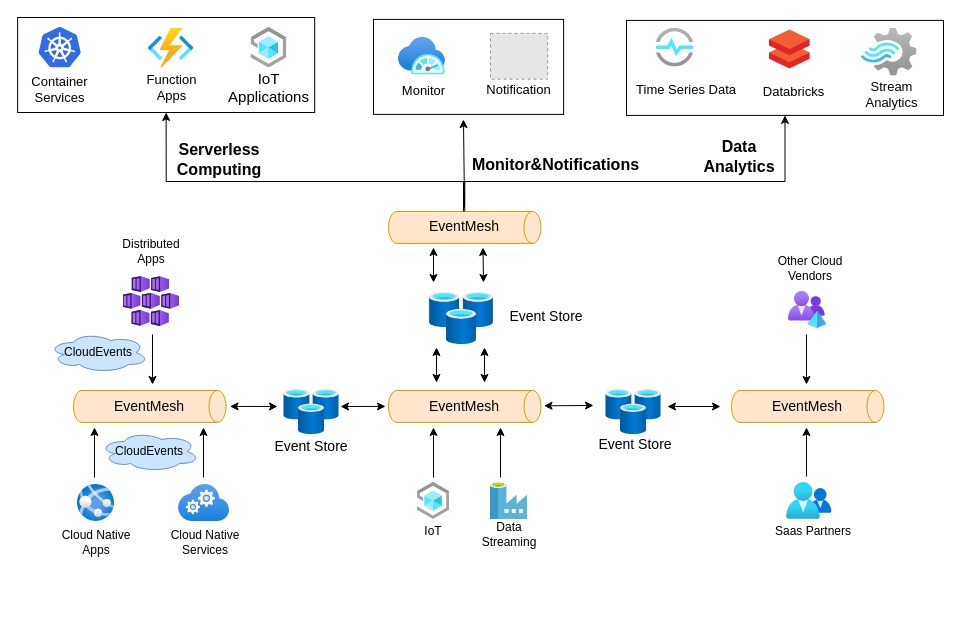
The draw.io diagram page "Copy of Page-7" (10 of 13) of eventmesh-multi-runtime.drawio in apache/eventmesh-site, before the edit. Source tidied: cells renumbered, new cells numbered last; positions are measured from the earlier drawing's top-left corner, leaving out a move shared by most shapes. Both pictures are drawn from the tidied source at 100%, with x=0, y=0 at pixel (17, 17). Pictures stored in the file or linked from it are replaced by grey dashed boxes.
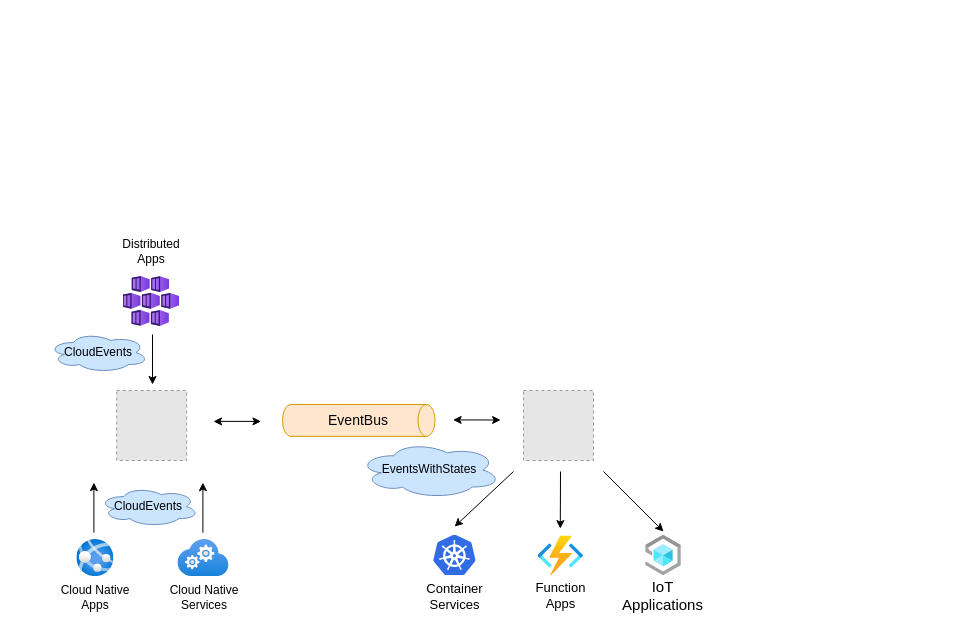
The same diagram, later.

Diff of the diagram source:
```diff
@@
-    <mxCell id="2" style="group;" parent="1" vertex="1">
-      <mxGeometry x="371" y="192" width="152.5" height="31.9" as="geometry" />
-    </mxCell>
-    <mxCell id="3" style="shape=cylinder3;whiteSpace=wrap;html=1;boundedLbl=1;backgroundOutline=1;size=8.504999999999939;fontSize=18;rotation=90;fillColor=#ffe6cc;strokeColor=#d79b00;" parent="2" vertex="1">
-      <mxGeometry x="60.3" y="-58.3" width="31.9" height="152.5" as="geometry" />
-    </mxCell>
-    <mxCell id="4" value="EventMesh" style="text;html=1;strokeColor=none;fillColor=none;align=center;verticalAlign=middle;whiteSpace=wrap;rounded=0;fontSize=14;" parent="2" vertex="1">
-      <mxGeometry x="56" y="7" width="40" height="20" as="geometry" />
-    </mxCell>
-    <mxCell id="5" value="Serverless&lt;br style=&quot;font-size: 16px;&quot;&gt;Computing" style="text;html=1;strokeColor=none;fillColor=none;align=center;verticalAlign=middle;whiteSpace=wrap;rounded=0;fontSize=16;fontStyle=1;" parent="1" vertex="1">
-      <mxGeometry x="182" y="129" width="40" height="25" as="geometry" />
-    </mxCell>
-    <mxCell id="6" value="Monitor&amp;amp;Notifications" style="text;html=1;strokeColor=none;fillColor=none;align=center;verticalAlign=middle;whiteSpace=wrap;rounded=0;fontSize=16;fontStyle=1;" parent="1" vertex="1">
-      <mxGeometry x="468" y="137" width="141" height="20" as="geometry" />
-    </mxCell>
-    <mxCell id="7" value="Data Analytics" style="text;html=1;strokeColor=none;fillColor=none;align=center;verticalAlign=middle;whiteSpace=wrap;rounded=0;fontSize=16;fontStyle=1;" parent="1" vertex="1">
-      <mxGeometry x="702" y="129" width="40" height="20" as="geometry" />
-    </mxCell>
-    <mxCell id="8" style="rounded=0;orthogonalLoop=1;jettySize=auto;html=1;exitX=0.5;exitY=0;exitDx=0;exitDy=0;fontSize=14;fontColor=#000000;" parent="1" edge="1">
-      <mxGeometry relative="1" as="geometry">
-        <mxPoint x="447" y="190" as="sourcePoint" />
-        <mxPoint x="446" y="102" as="targetPoint" />
-      </mxGeometry>
-    </mxCell>
-    <mxCell id="9" style="endArrow=classic;html=1;fontSize=14;fontColor=#000000;entryX=0.5;entryY=1;entryDx=0;entryDy=0;exitX=0;exitY=0.5;exitDx=0;exitDy=0;exitPerimeter=0;edgeStyle=orthogonalEdgeStyle;rounded=0;" parent="1" edge="1" source="3" target="29">
-      <mxGeometry relative="1" as="geometry">
-        <Array as="points">
-          <mxPoint x="447" y="164" />
-          <mxPoint x="149" y="164" />
-        </Array>
-      </mxGeometry>
-    </mxCell>
-    <mxCell id="10" style="endArrow=classic;html=1;fontSize=14;fontColor=#000000;edgeStyle=orthogonalEdgeStyle;rounded=0;entryX=0.5;entryY=1;entryDx=0;entryDy=0;" parent="1" edge="1" target="63">
-      <mxGeometry relative="1" as="geometry">
-        <mxPoint x="446" y="194" as="sourcePoint" />
-        <Array as="points">
-          <mxPoint x="446" y="164" />
-          <mxPoint x="768" y="164" />
-        </Array>
-      </mxGeometry>
-    </mxCell>
     <mxCell id="11" style="group;" parent="1" vertex="1">
-      <mxGeometry x="371" y="373" width="152.5" height="31.9" as="geometry" />
+      <mxGeometry x="265" y="387" width="152.5" height="31.9" as="geometry" />
     </mxCell>
@@
-    <mxCell id="13" value="EventMesh" style="text;html=1;strokeColor=none;fillColor=none;align=center;verticalAlign=middle;whiteSpace=wrap;rounded=0;fontSize=14;" parent="11" vertex="1">
+    <mxCell id="13" value="EventBus" style="text;html=1;strokeColor=none;fillColor=none;align=center;verticalAlign=middle;whiteSpace=wrap;rounded=0;fontSize=14;" parent="11" vertex="1">
       <mxGeometry x="56.2" y="5.9" width="40" height="20" as="geometry" />
     </mxCell>
-    <mxCell id="14" style="group;" parent="1" vertex="1">
-      <mxGeometry x="16" y="351" width="152.5" height="31.9" as="geometry" />
-    </mxCell>
-    <mxCell id="15" style="group;" parent="14" vertex="1">
-      <mxGeometry x="40" y="22" width="152.5" height="31.9" as="geometry" />
-    </mxCell>
-    <mxCell id="16" style="shape=cylinder3;whiteSpace=wrap;html=1;boundedLbl=1;backgroundOutline=1;size=8.504999999999939;fontSize=18;rotation=90;fillColor=#ffe6cc;strokeColor=#d79b00;" parent="15" vertex="1">
-      <mxGeometry x="60.3" y="-60.3" width="31.9" height="152.5" as="geometry" />
-    </mxCell>
-    <mxCell id="17" value="EventMesh" style="text;html=1;strokeColor=none;fillColor=none;align=center;verticalAlign=middle;whiteSpace=wrap;rounded=0;fontSize=14;" parent="15" vertex="1">
-      <mxGeometry x="56.2" y="5.9" width="40" height="20" as="geometry" />
-    </mxCell>
-    <mxCell id="18" style="group;" parent="1" vertex="1">
-      <mxGeometry x="714" y="373" width="152.5" height="31.9" as="geometry" />
-    </mxCell>
-    <mxCell id="19" style="shape=cylinder3;whiteSpace=wrap;html=1;boundedLbl=1;backgroundOutline=1;size=8.504999999999939;fontSize=18;rotation=90;fillColor=#ffe6cc;strokeColor=#d79b00;" parent="18" vertex="1">
-      <mxGeometry x="60.3" y="-60.3" width="31.9" height="152.5" as="geometry" />
-    </mxCell>
-    <mxCell id="20" value="EventMesh" style="text;html=1;strokeColor=none;fillColor=none;align=center;verticalAlign=middle;whiteSpace=wrap;rounded=0;fontSize=14;" parent="18" vertex="1">
-      <mxGeometry x="56.2" y="5.9" width="40" height="20" as="geometry" />
-    </mxCell>
-    <mxCell id="21" style="edgeStyle=orthogonalEdgeStyle;rounded=0;orthogonalLoop=1;jettySize=auto;html=1;exitX=0.5;exitY=0;exitDx=0;exitDy=0;exitPerimeter=0;entryX=1;entryY=0;entryDx=0;entryDy=110.12250000000003;entryPerimeter=0;fontSize=14;fontColor=#000000;startArrow=classic;startFill=1;" parent="1" edge="1">
-      <mxGeometry relative="1" as="geometry">
-        <mxPoint x="416" y="265" as="sourcePoint" />
-        <mxPoint x="416" y="230" as="targetPoint" />
-      </mxGeometry>
-    </mxCell>
-    <mxCell id="22" style="edgeStyle=orthogonalEdgeStyle;rounded=0;orthogonalLoop=1;jettySize=auto;html=1;exitX=0.5;exitY=1;exitDx=0;exitDy=0;exitPerimeter=0;entryX=0;entryY=0;entryDx=0;entryDy=110.12250000000003;entryPerimeter=0;fontSize=14;fontColor=#000000;endArrow=classic;endFill=1;startArrow=classic;startFill=1;" parent="1" edge="1">
-      <mxGeometry relative="1" as="geometry">
-        <mxPoint x="419" y="330" as="sourcePoint" />
-        <mxPoint x="419" y="365" as="targetPoint" />
-      </mxGeometry>
-    </mxCell>
-    <mxCell id="23" style="rounded=0;orthogonalLoop=1;jettySize=auto;html=1;exitX=0.5;exitY=0;exitDx=0;exitDy=0;exitPerimeter=0;endArrow=classic;endFill=1;fontSize=14;fontColor=#000000;startArrow=classic;startFill=1;" parent="1" edge="1">
-      <mxGeometry relative="1" as="geometry">
-        <mxPoint x="466" y="265" as="sourcePoint" />
-        <mxPoint x="465.5" y="230" as="targetPoint" />
-      </mxGeometry>
-    </mxCell>
-    <mxCell id="24" style="rounded=0;orthogonalLoop=1;jettySize=auto;html=1;exitX=0.5;exitY=1;exitDx=0;exitDy=0;exitPerimeter=0;entryX=-0.061;entryY=0.36;entryDx=0;entryDy=0;entryPerimeter=0;endArrow=classic;endFill=1;fontSize=14;fontColor=#000000;startArrow=classic;startFill=1;" parent="1" edge="1">
-      <mxGeometry relative="1" as="geometry">
-        <mxPoint x="467" y="330" as="sourcePoint" />
-        <mxPoint x="467" y="365" as="targetPoint" />
-      </mxGeometry>
-    </mxCell>
-    <mxCell id="25" value="Event Store" style="text;html=1;strokeColor=none;fillColor=none;align=center;verticalAlign=middle;whiteSpace=wrap;rounded=0;fontSize=14;fontColor=#000000;" parent="1" vertex="1">
-      <mxGeometry x="469.3" y="289" width="120" height="20" as="geometry" />
-    </mxCell>
     <mxCell id="26" style="endArrow=classic;startArrow=classic;html=1;fontSize=14;fontColor=#000000;exitX=0.5;exitY=0;exitDx=0;exitDy=0;exitPerimeter=0;" parent="1" edge="1">
       <mxGeometry relative="1" as="geometry">
-        <mxPoint x="212.5" y="388.9" as="sourcePoint" />
-        <mxPoint x="260" y="389" as="targetPoint" />
+        <mxPoint x="196" y="403.9" as="sourcePoint" />
+        <mxPoint x="243.5" y="403.9" as="targetPoint" />
       </mxGeometry>
     </mxCell>
-    <mxCell id="27" style="endArrow=classic;startArrow=classic;html=1;fontSize=14;fontColor=#000000;exitX=0.5;exitY=0;exitDx=0;exitDy=0;exitPerimeter=0;" parent="1" edge="1">
-      <mxGeometry relative="1" as="geometry">
-        <mxPoint x="526.5" y="388.3" as="sourcePoint" />
-        <mxPoint x="576" y="388" as="targetPoint" />
-      </mxGeometry>
-    </mxCell>
     <mxCell id="28" style="edgeStyle=none;rounded=0;orthogonalLoop=1;jettySize=auto;html=1;entryX=1.134;entryY=0.864;entryDx=0;entryDy=0;entryPerimeter=0;endArrow=classic;endFill=1;fontSize=12;fontColor=#000000;" parent="1" edge="1">
       <mxGeometry relative="1" as="geometry">
-        <mxPoint x="77" y="460" as="sourcePoint" />
-        <mxPoint x="77" y="410" as="targetPoint" />
+        <mxPoint x="76.4" y="515.1" as="sourcePoint" />
+        <mxPoint x="76.4" y="465.1" as="targetPoint" />
       </mxGeometry>
     </mxCell>
-    <mxCell id="29" style="rounded=0;whiteSpace=wrap;html=1;fontSize=18;" parent="1" vertex="1">
-      <mxGeometry x="0.1" width="297.1" height="95" as="geometry" />
-    </mxCell>
     <mxCell id="30" style="html=1;align=center;image;fontSize=12;image=img/lib/azure2/iot/Function_Apps.svg;" parent="1" vertex="1">
-      <mxGeometry x="130.8" y="10.7" width="45.5" height="40.2" as="geometry" />
+      <mxGeometry x="520.5" y="518.4" width="45.5" height="40.2" as="geometry" />
     </mxCell>
     <mxCell id="31" style="html=1;align=center;image;fontSize=12;image=img/lib/mscae/Kubernetes.svg;" parent="1" vertex="1">
-      <mxGeometry x="16.8" y="9.9" width="51.8" height="40.7" as="geometry" />
+      <mxGeometry x="411.5" y="517.6" width="51.8" height="40.7" as="geometry" />
     </mxCell>
     <mxCell id="32" value="Function Apps" style="text;html=1;strokeColor=none;fillColor=none;align=center;verticalAlign=middle;whiteSpace=wrap;rounded=0;fontSize=13;" parent="1" vertex="1">
-      <mxGeometry x="133.7" y="59" width="41.4" height="21.5" as="geometry" />
+      <mxGeometry x="523.4" y="566.8" width="41.4" height="21.5" as="geometry" />
     </mxCell>
     <mxCell id="33" style="edgeStyle=none;rounded=0;orthogonalLoop=1;jettySize=auto;html=1;endArrow=classic;endFill=1;fontSize=12;fontColor=#000000;" parent="1" edge="1">
       <mxGeometry relative="1" as="geometry">
-        <mxPoint x="186" y="460" as="sourcePoint" />
-        <mxPoint x="186" y="410" as="targetPoint" />
+        <mxPoint x="185.4" y="515.1" as="sourcePoint" />
+        <mxPoint x="185.4" y="465.1" as="targetPoint" />
       </mxGeometry>
     </mxCell>
@@
     <mxCell id="36" value="CloudEvents" style="ellipse;shape=cloud;whiteSpace=wrap;html=1;strokeColor=#6c8ebf;fontSize=12;fillColor=#CCE5FF;" parent="1" vertex="1">
-      <mxGeometry x="82" y="414" width="100" height="40" as="geometry" />
+      <mxGeometry x="81.4" y="469.1" width="100" height="40" as="geometry" />
     </mxCell>
-    <mxCell id="37" style="endArrow=classic;startArrow=classic;html=1;fontSize=12;fontColor=#000000;entryX=0.5;entryY=1;entryDx=0;entryDy=0;entryPerimeter=0;" parent="1" edge="1">
-      <mxGeometry relative="1" as="geometry">
-        <mxPoint x="323" y="389" as="sourcePoint" />
-        <mxPoint x="368" y="388.9" as="targetPoint" />
-      </mxGeometry>
-    </mxCell>
-    <mxCell id="38" value="Event Store" style="text;html=1;strokeColor=none;fillColor=none;align=center;verticalAlign=middle;whiteSpace=wrap;rounded=0;fontSize=14;fontColor=#000000;" parent="1" vertex="1">
-      <mxGeometry x="234" y="419.1" width="120" height="20" as="geometry" />
-    </mxCell>
-    <mxCell id="39" value="Event Store" style="text;html=1;strokeColor=none;fillColor=none;align=center;verticalAlign=middle;whiteSpace=wrap;rounded=0;fontSize=14;fontColor=#000000;" parent="1" vertex="1">
-      <mxGeometry x="558" y="417.1" width="120" height="20" as="geometry" />
-    </mxCell>
-    <mxCell id="40" style="endArrow=classic;startArrow=classic;html=1;fontSize=14;fontColor=#000000;" parent="1" edge="1">
-      <mxGeometry relative="1" as="geometry">
-        <mxPoint x="650" y="389" as="sourcePoint" />
-        <mxPoint x="703" y="389" as="targetPoint" />
-      </mxGeometry>
-    </mxCell>
-    <mxCell id="41" style="edgeStyle=none;rounded=0;orthogonalLoop=1;jettySize=auto;html=1;entryX=1.134;entryY=0.864;entryDx=0;entryDy=0;entryPerimeter=0;endArrow=classic;endFill=1;fontSize=12;fontColor=#000000;" parent="1" edge="1">
-      <mxGeometry relative="1" as="geometry">
-        <mxPoint x="789" y="459" as="sourcePoint" />
-        <mxPoint x="789" y="410" as="targetPoint" />
-      </mxGeometry>
-    </mxCell>
-    <mxCell id="42" style="edgeStyle=none;rounded=0;orthogonalLoop=1;jettySize=auto;html=1;endArrow=classic;endFill=1;fontSize=12;fontColor=#000000;" parent="1" edge="1">
-      <mxGeometry relative="1" as="geometry">
-        <mxPoint x="789" y="317" as="sourcePoint" />
-        <mxPoint x="789" y="367" as="targetPoint" />
-      </mxGeometry>
-    </mxCell>
@@
     <mxCell id="45" value="Cloud Native Services" style="text;html=1;strokeColor=none;fillColor=none;align=center;verticalAlign=middle;whiteSpace=wrap;rounded=0;" parent="1" vertex="1">
-      <mxGeometry x="147.6" y="515" width="80" height="20" as="geometry" />
+      <mxGeometry x="147" y="570.1" width="80" height="20" as="geometry" />
     </mxCell>
     <mxCell id="46" style="html=1;align=center;image;fontSize=12;image=img/lib/azure2/compute/Cloud_Services_Classic.svg;" parent="1" vertex="1">
-      <mxGeometry x="161" y="467" width="51.2" height="37" as="geometry" />
+      <mxGeometry x="160.4" y="522.1" width="51.2" height="37" as="geometry" />
     </mxCell>
     <mxCell id="47" value="Cloud Native Apps" style="text;html=1;strokeColor=none;fillColor=none;align=center;verticalAlign=middle;whiteSpace=wrap;rounded=0;" parent="1" vertex="1">
-      <mxGeometry x="38.5" y="515" width="80" height="20" as="geometry" />
+      <mxGeometry x="37.9" y="570.1" width="80" height="20" as="geometry" />
     </mxCell>
     <mxCell id="48" style="html=1;align=center;image;fontSize=12;image=img/lib/azure2/compute/App_Services.svg;" parent="1" vertex="1">
-      <mxGeometry x="60" y="467" width="37" height="37" as="geometry" />
+      <mxGeometry x="59.4" y="522.1" width="37" height="37" as="geometry" />
     </mxCell>
-    <mxCell id="49" value="Saas Partners" style="text;html=1;strokeColor=none;fillColor=none;align=center;verticalAlign=middle;whiteSpace=wrap;rounded=0;" parent="1" vertex="1">
-      <mxGeometry x="755.5" y="504" width="80" height="20" as="geometry" />
-    </mxCell>
-    <mxCell id="50" value="Other Cloud Vendors" style="text;html=1;strokeColor=none;fillColor=none;align=center;verticalAlign=middle;whiteSpace=wrap;rounded=0;" parent="1" vertex="1">
-      <mxGeometry x="752.5" y="241" width="80" height="20" as="geometry" />
-    </mxCell>
-    <mxCell id="51" style="html=1;align=center;image;fontSize=12;image=img/lib/azure2/azure_stack/Multi_Tenancy.svg;" parent="1" vertex="1">
-      <mxGeometry x="771" y="274" width="38.7" height="37" as="geometry" />
-    </mxCell>
-    <mxCell id="52" style="html=1;align=center;image;fontSize=12;image=img/lib/azure2/management_governance/My_Customers.svg;" parent="1" vertex="1">
-      <mxGeometry x="769" y="465" width="45.6" height="37" as="geometry" />
-    </mxCell>
-    <mxCell id="53" style="html=1;align=center;image;fontSize=12;image=img/lib/mscae/Data_Factory.svg;" parent="1" vertex="1">
-      <mxGeometry x="473" y="465" width="37" height="37" as="geometry" />
-    </mxCell>
-    <mxCell id="54" style="html=1;align=center;image;fontSize=12;image=img/lib/azure2/iot/IoT_Central_Applications.svg;" parent="1" vertex="1">
-      <mxGeometry x="399.9" y="465" width="32.2" height="37" as="geometry" />
-    </mxCell>
-    <mxCell id="55" style="edgeStyle=none;rounded=0;orthogonalLoop=1;jettySize=auto;html=1;endArrow=classic;endFill=1;fontSize=12;fontColor=#000000;" parent="1" edge="1">
-      <mxGeometry relative="1" as="geometry">
-        <mxPoint x="416" y="460" as="sourcePoint" />
-        <mxPoint x="416" y="410" as="targetPoint" />
-      </mxGeometry>
-    </mxCell>
-    <mxCell id="56" style="edgeStyle=none;rounded=0;orthogonalLoop=1;jettySize=auto;html=1;endArrow=classic;endFill=1;fontSize=12;fontColor=#000000;" parent="1" edge="1">
-      <mxGeometry relative="1" as="geometry">
-        <mxPoint x="483" y="460" as="sourcePoint" />
-        <mxPoint x="483" y="410" as="targetPoint" />
-      </mxGeometry>
-    </mxCell>
-    <mxCell id="57" value="IoT" style="text;html=1;strokeColor=none;fillColor=none;align=center;verticalAlign=middle;whiteSpace=wrap;rounded=0;" parent="1" vertex="1">
-      <mxGeometry x="376" y="504" width="80" height="20" as="geometry" />
-    </mxCell>
-    <mxCell id="58" value="Data Streaming" style="text;html=1;strokeColor=none;fillColor=none;align=center;verticalAlign=middle;whiteSpace=wrap;rounded=0;" parent="1" vertex="1">
-      <mxGeometry x="451.5" y="507" width="80" height="20" as="geometry" />
-    </mxCell>
-    <mxCell id="59" style="rounded=0;whiteSpace=wrap;html=1;fontSize=18;" parent="1" vertex="1">
-      <mxGeometry x="356" y="1.9" width="190.1" height="95" as="geometry" />
-    </mxCell>
-    <mxCell id="60" style="group;" parent="1" vertex="1">
-      <mxGeometry x="380.9" y="19.9" width="53.3" height="60.5" as="geometry" />
-    </mxCell>
-    <mxCell id="61" style="html=1;align=center;image;fontSize=12;image=img/lib/azure2/monitor/SAP_Azure_Monitor.svg;" parent="60" vertex="1">
-      <mxGeometry width="47.1" height="37.7" as="geometry" />
-    </mxCell>
-    <mxCell id="62" value="&lt;font style=&quot;font-size: 13px;&quot;&gt;Monitor&lt;/font&gt;" style="text;html=1;strokeColor=none;fillColor=none;align=center;verticalAlign=middle;whiteSpace=wrap;rounded=0;fontSize=13;" parent="60" vertex="1">
-      <mxGeometry x="10.3" y="47.1" width="30.5" height="12.9" as="geometry" />
-    </mxCell>
-    <mxCell id="63" style="rounded=0;whiteSpace=wrap;html=1;fontSize=18;" parent="1" vertex="1">
-      <mxGeometry x="609" y="2.9" width="317" height="95" as="geometry" />
-    </mxCell>
-    <mxCell id="64" style="group;" parent="1" vertex="1">
-      <mxGeometry x="844" y="11.1" width="55.5" height="72.9" as="geometry" />
-    </mxCell>
-    <mxCell id="65" style="html=1;align=center;image;fontSize=12;image=img/lib/azure2/analytics/Stream_Analytics_Jobs.svg;" parent="64" vertex="1">
-      <mxGeometry width="55.5" height="47.3" as="geometry" />
-    </mxCell>
-    <mxCell id="66" value="Stream Analytics" style="text;html=1;strokeColor=none;fillColor=none;align=center;verticalAlign=middle;whiteSpace=wrap;rounded=0;fontSize=13;" parent="64" vertex="1">
-      <mxGeometry x="14.3" y="57.6" width="32.6" height="16.3" as="geometry" />
-    </mxCell>
-    <mxCell id="67" style="html=1;align=center;image;fontSize=12;image=img/lib/azure2/iot/Time_Series_Insights_Environments.svg;" parent="1" vertex="1">
-      <mxGeometry x="638.5" y="10.8" width="38" height="38.6" as="geometry" />
-    </mxCell>
-    <mxCell id="68" value="Time Series Data" style="text;html=1;strokeColor=none;fillColor=none;align=center;verticalAlign=middle;whiteSpace=wrap;rounded=0;fontSize=13;" parent="1" vertex="1">
-      <mxGeometry x="616" y="43.1" width="105.7" height="57" as="geometry" />
-    </mxCell>
-    <mxCell id="69" style="html=1;align=center;image;fontSize=12;image=img/lib/mscae/Databricks.svg;" parent="1" vertex="1">
-      <mxGeometry x="752" y="12.4" width="40.8" height="39.1" as="geometry" />
-    </mxCell>
-    <mxCell id="70" value="Databricks" style="text;html=1;strokeColor=none;fillColor=none;align=center;verticalAlign=middle;whiteSpace=wrap;rounded=0;fontSize=13;" parent="1" vertex="1">
-      <mxGeometry x="760.2" y="65.6" width="32.6" height="16.3" as="geometry" />
-    </mxCell>
     <mxCell id="71" value="Container Services" style="text;html=1;strokeColor=none;fillColor=none;align=center;verticalAlign=middle;whiteSpace=wrap;rounded=0;fontSize=13;" parent="1" vertex="1">
-      <mxGeometry x="22.2" y="60.9" width="41.4" height="21.5" as="geometry" />
+      <mxGeometry x="416.9" y="568.6" width="41.4" height="21.5" as="geometry" />
     </mxCell>
     <mxCell id="72" style="html=1;align=center;image;fontSize=12;image=img/lib/azure2/iot/IoT_Central_Applications.svg;" parent="1" vertex="1">
-      <mxGeometry x="226" y="10.1" width="50.9" height="40.5" as="geometry" />
+      <mxGeometry x="620.6" y="517.8" width="50.9" height="40.5" as="geometry" />
     </mxCell>
     <mxCell id="73" value="IoT Applications" style="text;html=1;strokeColor=none;fillColor=none;align=center;verticalAlign=middle;whiteSpace=wrap;rounded=0;fontSize=15;" parent="1" vertex="1">
-      <mxGeometry x="230.7" y="59.1" width="41.4" height="21.5" as="geometry" />
+      <mxGeometry x="625.3" y="566.8" width="41.4" height="21.5" as="geometry" />
     </mxCell>
-    <mxCell id="74" style="html=1;align=center;image;fontSize=12;image=img/lib/azure2/databases/Cache_Redis.svg;" parent="1" vertex="1">
-      <mxGeometry x="412" y="275" width="64" height="52" as="geometry" />
-    </mxCell>
-    <mxCell id="75" style="html=1;align=center;image;fontSize=12;image=img/lib/azure2/databases/Cache_Redis.svg;" parent="1" vertex="1">
-      <mxGeometry x="266.2" y="372" width="55.6" height="45.1" as="geometry" />
-    </mxCell>
-    <mxCell id="76" style="html=1;align=center;image;fontSize=12;image=img/lib/azure2/databases/Cache_Redis.svg;" parent="1" vertex="1">
-      <mxGeometry x="588.2" y="372" width="55.6" height="45.1" as="geometry" />
-    </mxCell>
-    <mxCell id="77" style="fillColor=#E6E6E6;strokeColor=#999999;dashed=1;verticalLabelPosition=bottom;labelBackgroundColor=#ffffff;verticalAlign=top;" parent="1" vertex="1">
-      <mxGeometry x="473" y="15.9" width="57.2" height="45.8" as="geometry" />
-    </mxCell>
-    <mxCell id="78" value="&lt;font style=&quot;font-size: 13px&quot;&gt;Notification&lt;/font&gt;" style="text;html=1;strokeColor=none;fillColor=none;align=center;verticalAlign=middle;whiteSpace=wrap;rounded=0;fontSize=13;" parent="1" vertex="1">
-      <mxGeometry x="486.4" y="65.6" width="30.5" height="12.9" as="geometry" />
-    </mxCell>
+    <mxCell id="79" style="fillColor=#E6E6E6;strokeColor=#999999;dashed=1;verticalLabelPosition=bottom;labelBackgroundColor=#ffffff;verticalAlign=top;" parent="1" vertex="1">
+      <mxGeometry x="99.2" y="373" width="70" height="70" as="geometry" />
+    </mxCell>
+    <mxCell id="80" style="fillColor=#E6E6E6;strokeColor=#999999;dashed=1;verticalLabelPosition=bottom;labelBackgroundColor=#ffffff;verticalAlign=top;" parent="1" vertex="1">
+      <mxGeometry x="506" y="373" width="70" height="70" as="geometry" />
+    </mxCell>
+    <mxCell id="81" style="endArrow=classic;startArrow=classic;html=1;fontSize=14;fontColor=#000000;exitX=0.5;exitY=0;exitDx=0;exitDy=0;exitPerimeter=0;" parent="1" edge="1">
+      <mxGeometry relative="1" as="geometry">
+        <mxPoint x="435.6" y="402.4" as="sourcePoint" />
+        <mxPoint x="483.1" y="402.5" as="targetPoint" />
+      </mxGeometry>
+    </mxCell>
+    <mxCell id="82" style="edgeStyle=none;rounded=0;orthogonalLoop=1;jettySize=auto;html=1;endArrow=none;endFill=0;fontSize=12;fontColor=#000000;startArrow=classic;startFill=1;" parent="1" edge="1">
+      <mxGeometry relative="1" as="geometry">
+        <mxPoint x="437.1" y="509.1" as="sourcePoint" />
+        <mxPoint x="496" y="454" as="targetPoint" />
+      </mxGeometry>
+    </mxCell>
+    <mxCell id="83" style="edgeStyle=none;rounded=0;orthogonalLoop=1;jettySize=auto;html=1;endArrow=none;endFill=0;fontSize=12;fontColor=#000000;startArrow=classic;startFill=1;" parent="1" edge="1">
+      <mxGeometry relative="1" as="geometry">
+        <mxPoint x="542.8" y="511.1" as="sourcePoint" />
+        <mxPoint x="543" y="454" as="targetPoint" />
+      </mxGeometry>
+    </mxCell>
+    <mxCell id="84" style="edgeStyle=none;rounded=0;orthogonalLoop=1;jettySize=auto;html=1;endArrow=none;endFill=0;fontSize=12;fontColor=#000000;startArrow=classic;startFill=1;" parent="1" edge="1">
+      <mxGeometry relative="1" as="geometry">
+        <mxPoint x="646" y="514" as="sourcePoint" />
+        <mxPoint x="586" y="454" as="targetPoint" />
+      </mxGeometry>
+    </mxCell>
+    <mxCell id="85" value="EventsWithStates" style="ellipse;shape=cloud;whiteSpace=wrap;html=1;strokeColor=#6c8ebf;fontSize=12;fillColor=#CCE5FF;" parent="1" vertex="1">
+      <mxGeometry x="341" y="424" width="142.3" height="56.9" as="geometry" />
+    </mxCell>
```
